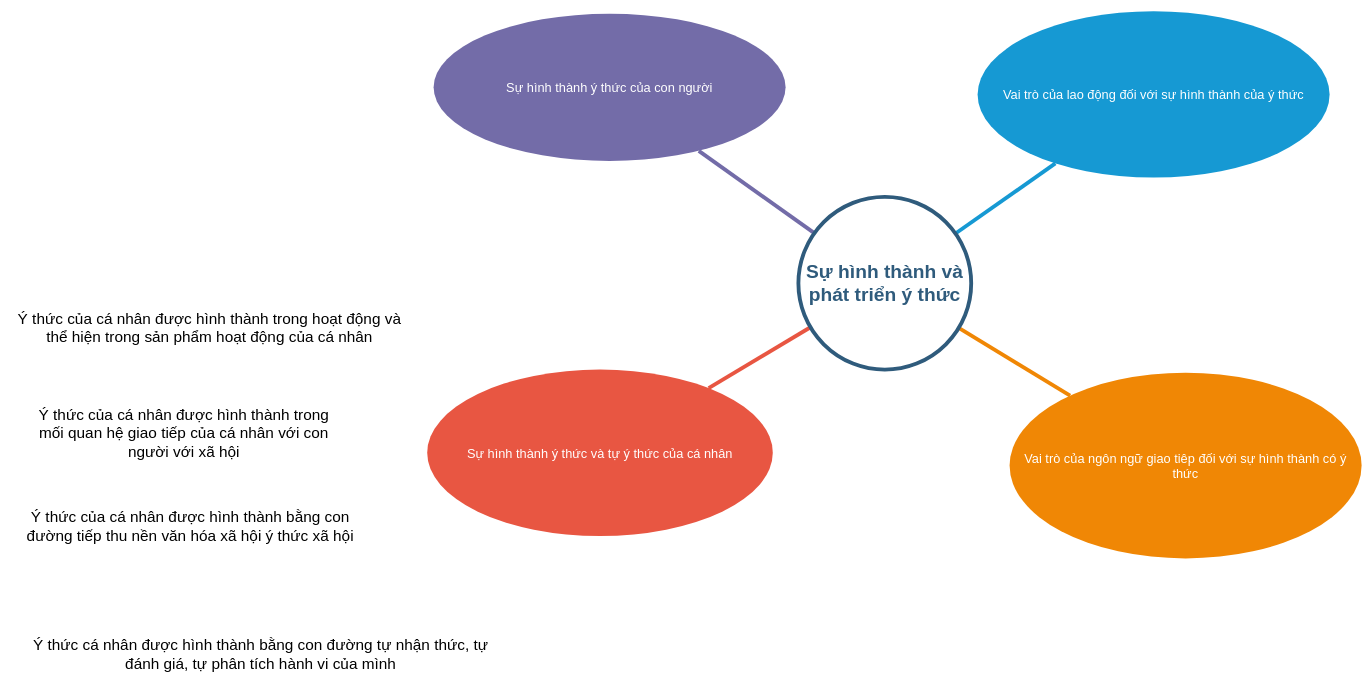
This is Biểu đồ không có tiêu đề.drawio from doananhduong/ck, a draw.io file, before an edit. Source tidied: cells renumbered, new cells numbered last; positions are measured from the earlier drawing's top-left corner, leaving out a move shared by most shapes. Both pictures are drawn from the tidied source at 64%, with x=0, y=0 at pixel (11, 11).
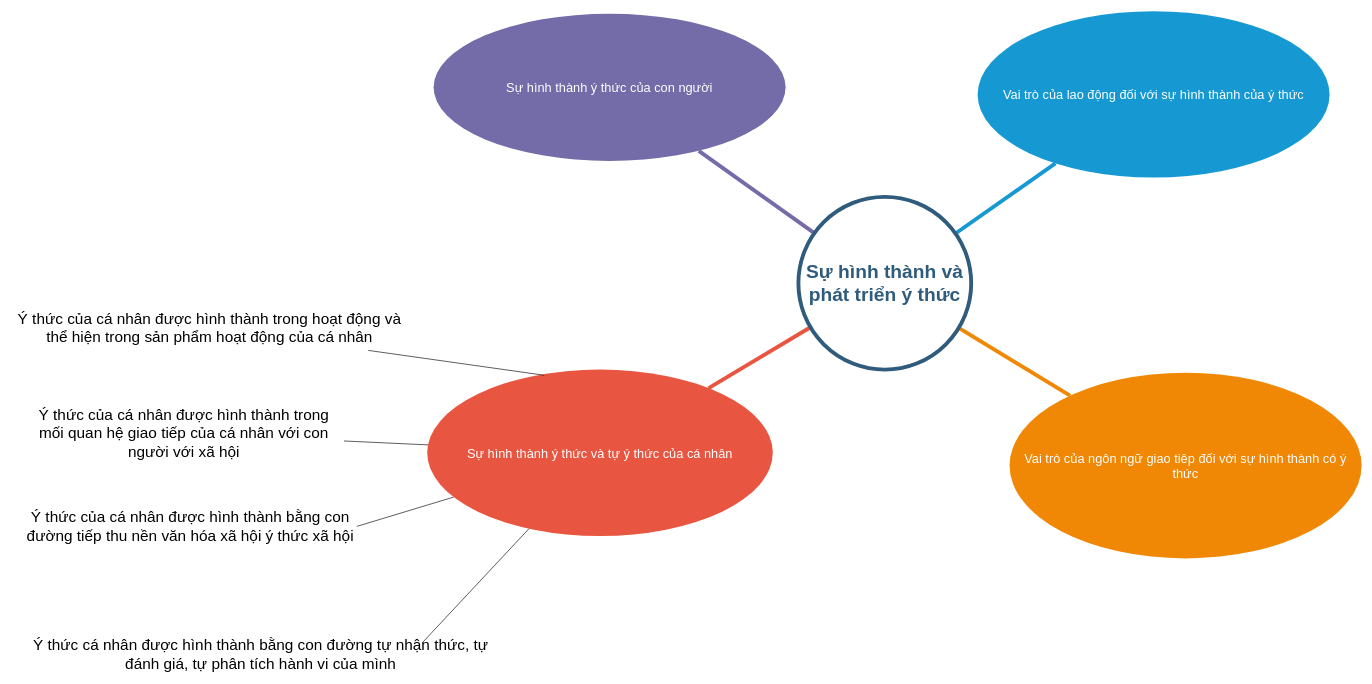
The same diagram, later.

Commit message:
Cập nhật Biểu đồ không có tiêu đề.drawio

Diff of the diagram source:
```diff
@@
 <mxGraphModel>
   <root>
     <mxCell id="0" />
     <mxCell id="1" parent="0" />
     <mxCell id="2" value="Vai trò của lao động đối với sự hình thành của ý thức" style="ellipse;whiteSpace=wrap;html=1;shadow=0;fontFamily=Helvetica;fontSize=20;fontColor=#FFFFFF;align=center;strokeWidth=3;fillColor=#1699D3;strokeColor=none;" parent="1" vertex="1">
       <mxGeometry x="1510" width="550" height="260" as="geometry" />
     </mxCell>
     <mxCell id="3" value="Vai trò của ngôn ngữ giao tiêp đối với sự hình thành có ý thức" style="ellipse;whiteSpace=wrap;html=1;shadow=0;fontFamily=Helvetica;fontSize=20;fontColor=#FFFFFF;align=center;strokeWidth=3;fillColor=#F08705;strokeColor=none;" parent="1" vertex="1">
       <mxGeometry x="1560" y="565" width="550" height="290" as="geometry" />
     </mxCell>
     <mxCell id="4" value="Sự hình thành ý thức và tự ý thức của cá nhân" style="ellipse;whiteSpace=wrap;html=1;shadow=0;fontFamily=Helvetica;fontSize=20;fontColor=#FFFFFF;align=center;strokeWidth=3;fillColor=#E85642;strokeColor=none;" parent="1" vertex="1">
       <mxGeometry x="650" y="560" width="540" height="260" as="geometry" />
     </mxCell>
     <mxCell id="5" style="endArrow=none;strokeWidth=6;strokeColor=#1699D3;html=1;" parent="1" edge="1" source="9" target="2">
       <mxGeometry relative="1" as="geometry" />
     </mxCell>
     <mxCell id="6" style="endArrow=none;strokeWidth=6;strokeColor=#736CA8;html=1;" parent="1" edge="1" source="9" target="10">
       <mxGeometry relative="1" as="geometry" />
     </mxCell>
     <mxCell id="7" style="edgeStyle=none;endArrow=none;strokeWidth=6;strokeColor=#F08705;html=1;" parent="1" edge="1" source="9" target="3">
       <mxGeometry x="181" y="226.5" as="geometry" />
     </mxCell>
     <mxCell id="8" style="edgeStyle=none;endArrow=none;strokeWidth=6;strokeColor=#E85642;html=1;" parent="1" edge="1" source="9" target="4">
       <mxGeometry x="181" y="226.5" as="geometry" />
     </mxCell>
     <mxCell id="9" value="Sự hình thành và phát triển ý thức" style="ellipse;whiteSpace=wrap;html=1;shadow=0;fontFamily=Helvetica;fontSize=30;fontColor=#2F5B7C;align=center;strokeColor=#2F5B7C;strokeWidth=6;fillColor=#FFFFFF;fontStyle=1;gradientColor=none;" parent="1" vertex="1">
       <mxGeometry x="1230" y="290" width="270" height="270" as="geometry" />
     </mxCell>
     <mxCell id="10" value="Sự hình thành ý thức của con người" style="ellipse;whiteSpace=wrap;html=1;shadow=0;fontFamily=Helvetica;fontSize=20;fontColor=#FFFFFF;align=center;strokeWidth=3;fillColor=#736ca8;strokeColor=none;" parent="1" vertex="1">
       <mxGeometry x="660" y="4" width="550" height="230" as="geometry" />
     </mxCell>
     <mxCell id="11" value="Ý thức của cá nhân được hình thành trong hoạt động và thể hiện trong sản phẩm hoạt động của cá nhân" style="text;html=1;strokeColor=none;fillColor=none;align=center;verticalAlign=middle;whiteSpace=wrap;rounded=0;fontSize=24;" parent="1" vertex="1">
       <mxGeometry y="460" width="620" height="70" as="geometry" />
     </mxCell>
     <mxCell id="12" value="Ý thức của cá nhân được hình thành trong mối quan hệ giao tiếp của cá nhân với con người với xã hội" style="text;html=1;strokeColor=none;fillColor=none;align=center;verticalAlign=middle;whiteSpace=wrap;rounded=0;fontSize=24;" parent="1" vertex="1">
       <mxGeometry x="20" y="630" width="500" height="60" as="geometry" />
     </mxCell>
     <mxCell id="13" value="Ý thức của cá nhân được hình thành bằng con đường tiếp thu nền văn hóa xã hội ý thức xã hội" style="text;html=1;strokeColor=none;fillColor=none;align=center;verticalAlign=middle;whiteSpace=wrap;rounded=0;fontSize=24;" parent="1" vertex="1">
       <mxGeometry x="20" y="790" width="520" height="30" as="geometry" />
     </mxCell>
     <mxCell id="14" value="Ý thức cá nhân được hình thành bằng con đường tự nhận thức, tự đánh giá, tự phân tích hành vi của mình" style="text;html=1;strokeColor=none;fillColor=none;align=center;verticalAlign=middle;whiteSpace=wrap;rounded=0;fontSize=24;" parent="1" vertex="1">
       <mxGeometry x="30" y="990" width="720" height="30" as="geometry" />
     </mxCell>
+    <mxCell id="15" style="endArrow=none;html=1;rounded=0;entryX=0.339;entryY=0.034;entryDx=0;entryDy=0;entryPerimeter=0;fillColor=#FF3333;" parent="1" edge="1" source="11" target="4">
+      <mxGeometry relative="1" as="geometry" />
+    </mxCell>
+    <mxCell id="16" style="endArrow=none;html=1;rounded=0;" parent="1" edge="1" source="12" target="4">
+      <mxGeometry relative="1" as="geometry" />
+    </mxCell>
+    <mxCell id="17" style="endArrow=none;html=1;rounded=0;exitX=1;exitY=0.5;exitDx=0;exitDy=0;" parent="1" edge="1" source="13" target="4">
+      <mxGeometry relative="1" as="geometry" />
+    </mxCell>
+    <mxCell id="18" style="endArrow=none;html=1;rounded=0;exitX=0.851;exitY=-0.12;exitDx=0;exitDy=0;exitPerimeter=0;" parent="1" edge="1" source="14" target="4">
+      <mxGeometry relative="1" as="geometry" />
+    </mxCell>
   </root>
 </mxGraphModel>
```
